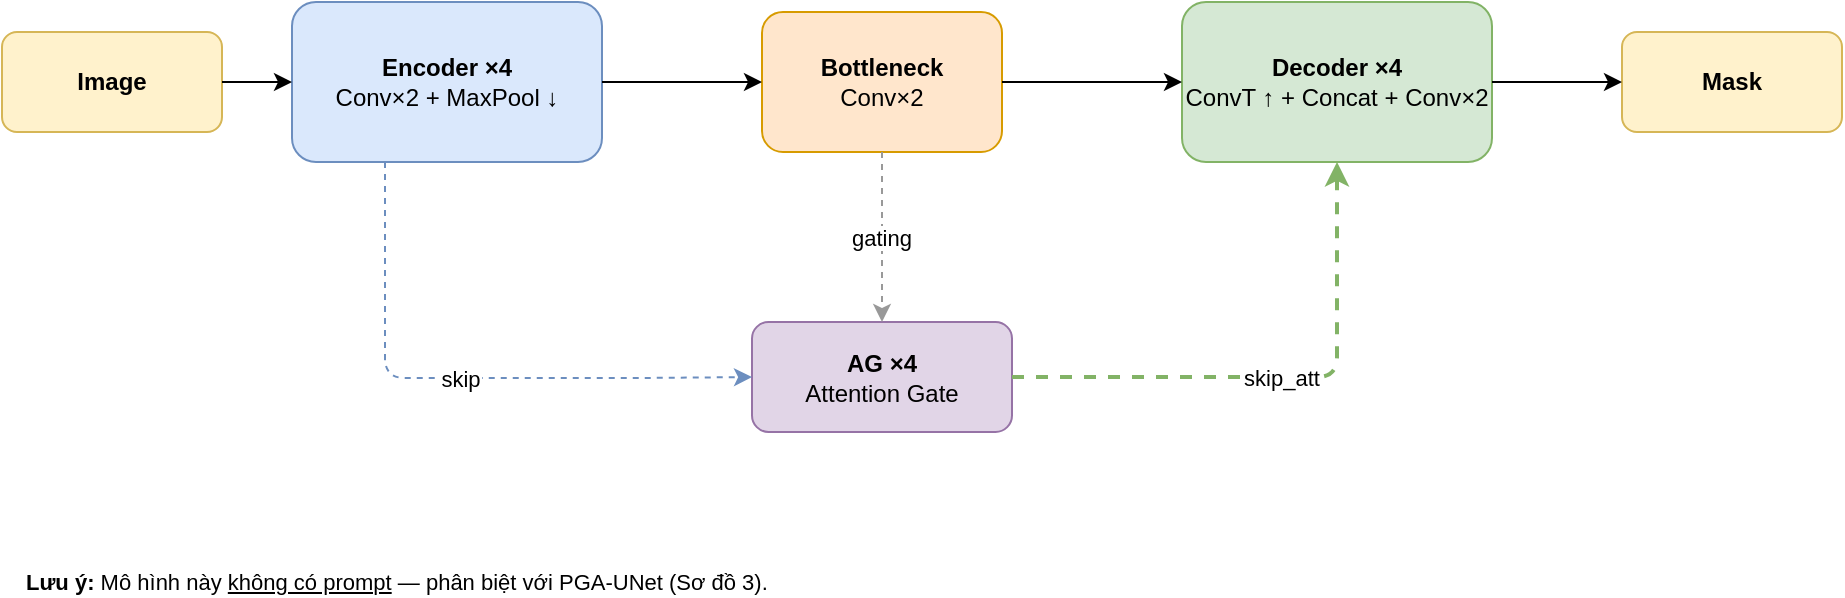
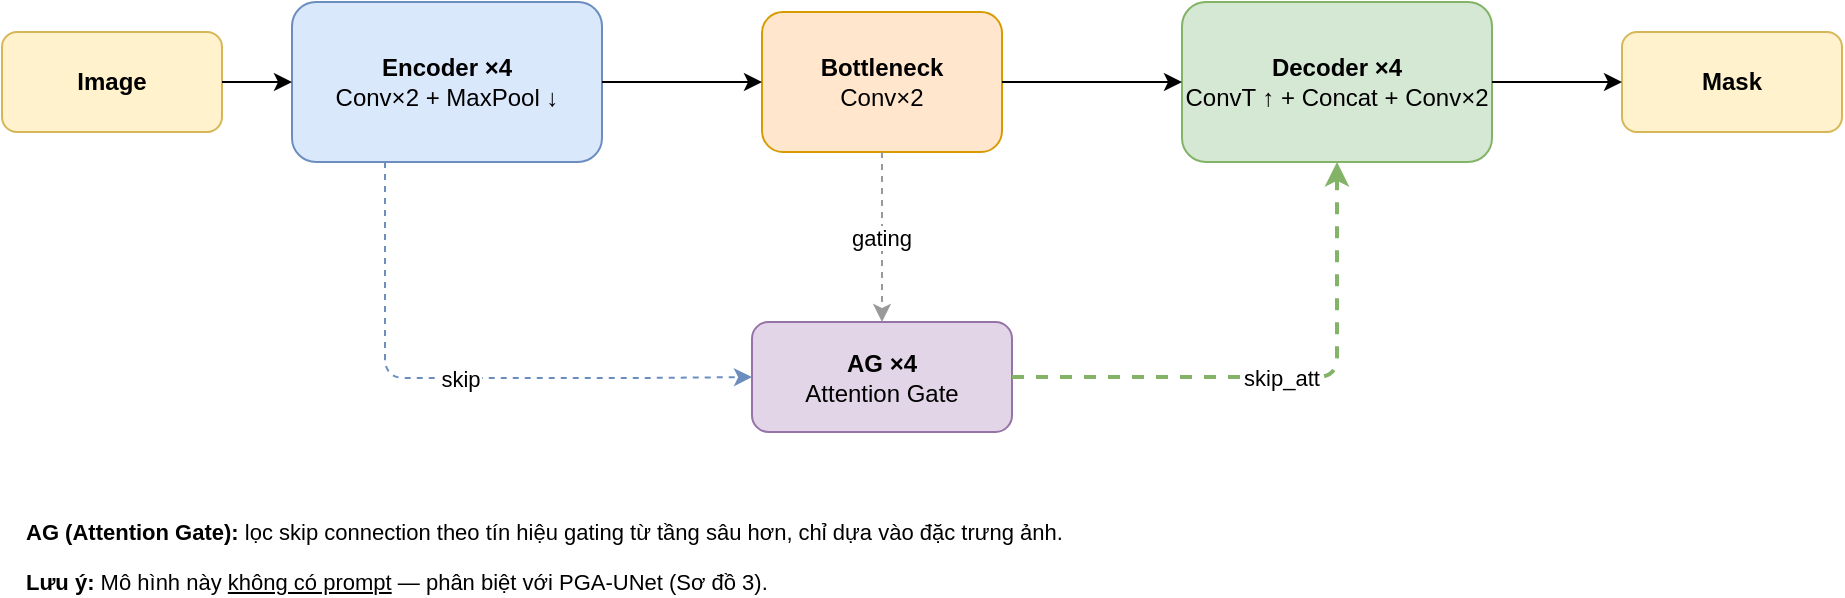
<mxfile host="65bd71144e">
    <diagram name="2. Attention U-Net" id="attunet2d">
        <mxGraphModel dx="1042" dy="269" grid="1" gridSize="10" guides="1" tooltips="1" connect="1" arrows="1" fold="1" page="1" pageScale="1" pageWidth="960" pageHeight="370" math="0" shadow="0">
            <root>
                <mxCell id="0"/>
                <mxCell id="1" parent="0"/>
                <mxCell id="inp" value="&lt;b&gt;Image&lt;/b&gt;" style="rounded=1;whiteSpace=wrap;html=1;fillColor=#fff2cc;strokeColor=#d6b656;fontSize=12;" parent="1" vertex="1">
                    <mxGeometry x="10" y="85" width="110" height="50" as="geometry"/>
                </mxCell>
                <mxCell id="enc" value="&lt;b&gt;Encoder ×4&lt;/b&gt;&lt;br&gt;Conv×2 + MaxPool ↓" style="rounded=1;whiteSpace=wrap;html=1;fillColor=#dae8fc;strokeColor=#6c8ebf;fontSize=12;" parent="1" vertex="1">
                    <mxGeometry x="155" y="70" width="155" height="80" as="geometry"/>
                </mxCell>
                <mxCell id="bn" value="&lt;b&gt;Bottleneck&lt;/b&gt;&lt;br&gt;Conv×2" style="rounded=1;whiteSpace=wrap;html=1;fillColor=#ffe6cc;strokeColor=#d79b00;fontSize=12;" parent="1" vertex="1">
                    <mxGeometry x="390" y="75" width="120" height="70" as="geometry"/>
                </mxCell>
                <mxCell id="dec" value="&lt;b&gt;Decoder ×4&lt;/b&gt;&lt;br&gt;ConvT ↑ + Concat + Conv×2" style="rounded=1;whiteSpace=wrap;html=1;fillColor=#d5e8d4;strokeColor=#82b366;fontSize=12;" parent="1" vertex="1">
                    <mxGeometry x="600" y="70" width="155" height="80" as="geometry"/>
                </mxCell>
                <mxCell id="out" value="&lt;b&gt;Mask&lt;/b&gt;" style="rounded=1;whiteSpace=wrap;html=1;fillColor=#fff2cc;strokeColor=#d6b656;fontSize=12;" parent="1" vertex="1">
                    <mxGeometry x="820" y="85" width="110" height="50" as="geometry"/>
                </mxCell>
                <mxCell id="ag" value="&lt;b&gt;AG ×4&lt;/b&gt;&lt;br&gt;Attention Gate" style="rounded=1;whiteSpace=wrap;html=1;fillColor=#e1d5e7;strokeColor=#9673a6;fontSize=12;" parent="1" vertex="1">
                    <mxGeometry x="385" y="230" width="130" height="55" as="geometry"/>
                </mxCell>
                <mxCell id="e_inp_enc" value="" style="edgeStyle=orthogonalEdgeStyle;exitX=1;exitY=0.5;exitDx=0;exitDy=0;entryX=0;entryY=0.5;entryDx=0;entryDy=0;" parent="1" source="inp" target="enc" edge="1">
                    <mxGeometry relative="1" as="geometry"/>
                </mxCell>
                <mxCell id="e_enc_bn" value="" style="edgeStyle=orthogonalEdgeStyle;exitX=1;exitY=0.5;exitDx=0;exitDy=0;entryX=0;entryY=0.5;entryDx=0;entryDy=0;" parent="1" source="enc" target="bn" edge="1">
                    <mxGeometry relative="1" as="geometry"/>
                </mxCell>
                <mxCell id="e_bn_dec" value="" style="edgeStyle=orthogonalEdgeStyle;exitX=1;exitY=0.5;exitDx=0;exitDy=0;entryX=0;entryY=0.5;entryDx=0;entryDy=0;" parent="1" source="bn" target="dec" edge="1">
                    <mxGeometry relative="1" as="geometry"/>
                </mxCell>
                <mxCell id="e_dec_out" value="" style="edgeStyle=orthogonalEdgeStyle;exitX=1;exitY=0.5;exitDx=0;exitDy=0;entryX=0;entryY=0.5;entryDx=0;entryDy=0;" parent="1" source="dec" target="out" edge="1">
                    <mxGeometry relative="1" as="geometry"/>
                </mxCell>
                <mxCell id="skip_enc_ag" value="skip" style="edgeStyle=orthogonalEdgeStyle;dashed=1;strokeColor=#6c8ebf;fontSize=11;exitX=0.3;exitY=1;exitDx=0;exitDy=0;labelBackgroundColor=#ffffff;entryX=0;entryY=0.5;entryDx=0;entryDy=0;" parent="1" source="enc" target="ag" edge="1">
                    <mxGeometry relative="1" as="geometry">
                        <mxPoint x="290" y="220" as="targetPoint"/>
                        <Array as="points">
                            <mxPoint x="202" y="258"/>
                            <mxPoint x="330" y="258"/>
                        </Array>
                    </mxGeometry>
                </mxCell>
                <mxCell id="skip_ag_dec" value="skip_att" style="edgeStyle=orthogonalEdgeStyle;dashed=1;strokeColor=#82b366;strokeWidth=2;fontSize=11;exitX=1;exitY=0.5;exitDx=0;exitDy=0;entryX=0.5;entryY=1;entryDx=0;entryDy=0;labelBackgroundColor=#ffffff;" parent="1" source="ag" target="dec" edge="1">
                    <mxGeometry relative="1" as="geometry">
                        <Array as="points">
                            <mxPoint x="678" y="258"/>
                        </Array>
                    </mxGeometry>
                </mxCell>
                <mxCell id="gating" value="gating" style="edgeStyle=orthogonalEdgeStyle;dashed=1;strokeColor=#999999;strokeWidth=1;fontSize=11;exitX=0.5;exitY=1;exitDx=0;exitDy=0;entryX=0.5;entryY=0;entryDx=0;entryDy=0;labelBackgroundColor=#ffffff;" parent="1" source="bn" target="ag" edge="1">
                    <mxGeometry relative="1" as="geometry"/>
                </mxCell>
-                 <mxCell id="leg1" value="" style="text;html=1;align=left;fontSize=11;strokeColor=none;fillColor=none;" parent="1" vertex="1">
+                 <mxCell id="leg1" value="&lt;b&gt;AG (Attention Gate):&lt;/b&gt; lọc skip connection theo tín hiệu gating từ tầng sâu hơn, chỉ dựa vào đặc trưng ảnh." style="text;html=1;align=left;fontSize=11;strokeColor=none;fillColor=none;" parent="1" vertex="1">
                    <mxGeometry x="20" y="322" width="700" height="20" as="geometry"/>
                </mxCell>
                <mxCell id="leg2" value="&lt;b&gt;Lưu ý:&lt;/b&gt; Mô hình này &lt;u&gt;không có prompt&lt;/u&gt; — phân biệt với PGA-UNet (Sơ đồ 3)." style="text;html=1;align=left;fontSize=11;strokeColor=none;fillColor=none;" parent="1" vertex="1">
                    <mxGeometry x="20" y="347" width="550" height="20" as="geometry"/>
                </mxCell>
            </root>
        </mxGraphModel>
    </diagram>
</mxfile>